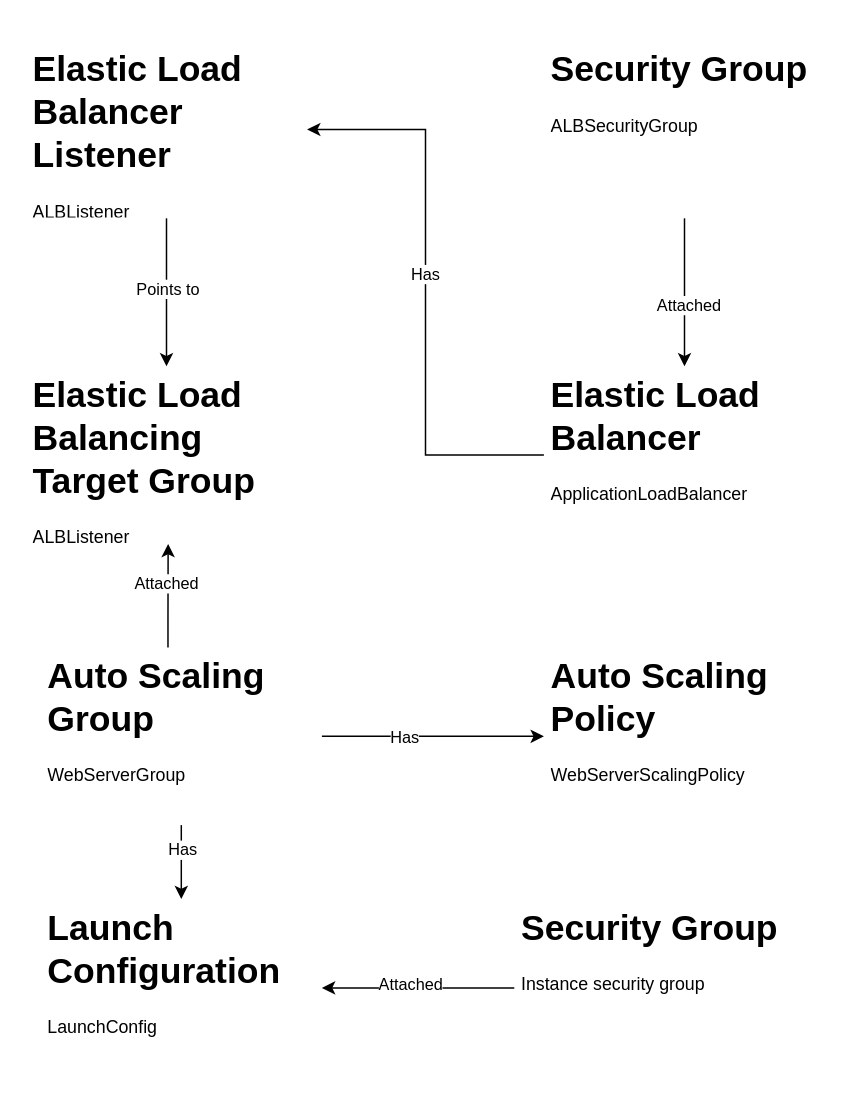
Before: page "Webserver Cloudformation" (5 of 6) of awesomebuilderIII .drawio in sebastianlzy/draw-io, a draw.io diagram. Source tidied: cells renumbered, new cells numbered last; positions are measured from the earlier drawing's top-left corner, leaving out a move shared by most shapes. Both pictures are drawn from the tidied source at 148%, with x=0, y=0 at pixel (25, 40).
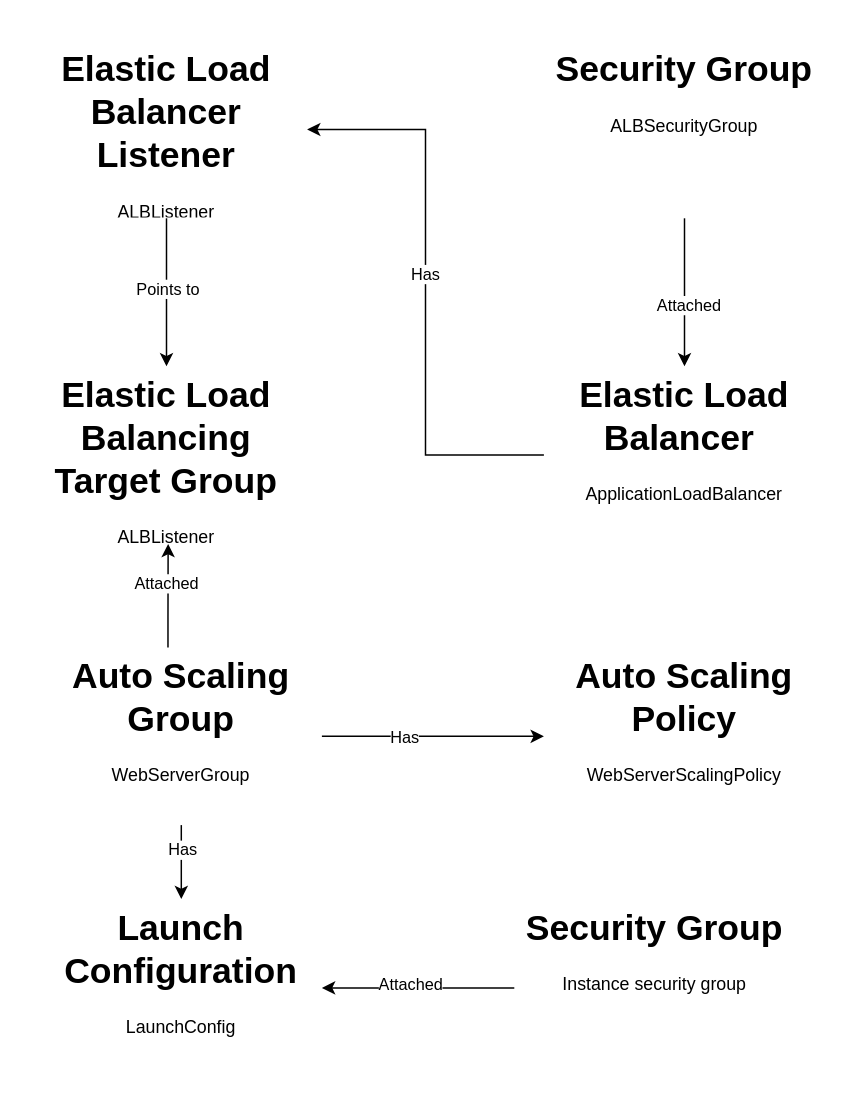
The same page after the edit.

The edit, as a diff of the source:
```diff
@@
-    <mxCell id="2" style="edgeStyle=orthogonalEdgeStyle;rounded=0;jettySize=auto;html=1;entryX=1;entryY=0.5;entryDx=0;entryDy=0;" parent="1" edge="1" source="4" target="14">
+    <mxCell id="2" style="edgeStyle=orthogonalEdgeStyle;rounded=0;jettySize=auto;html=1;entryX=1;entryY=0.5;entryDx=0;entryDy=0;align=center;" parent="1" edge="1" source="4" target="14">
       <mxGeometry relative="1" as="geometry" />
     </mxCell>
@@
-    <mxCell id="4" value="&lt;h1&gt;Elastic Load Balancer&amp;nbsp;&lt;/h1&gt;&lt;div&gt;ApplicationLoadBalancer&lt;/div&gt;" style="text;html=1;strokeColor=none;fillColor=none;spacing=5;spacingTop=-20;whiteSpace=wrap;overflow=hidden;rounded=0;" parent="1" vertex="1">
+    <mxCell id="4" value="&lt;h1&gt;Elastic Load Balancer&amp;nbsp;&lt;/h1&gt;&lt;div&gt;ApplicationLoadBalancer&lt;/div&gt;" style="text;html=1;strokeColor=none;fillColor=none;spacing=5;spacingTop=-20;whiteSpace=wrap;overflow=hidden;rounded=0;align=center;" parent="1" vertex="1">
       <mxGeometry x="350" y="220" width="190" height="120" as="geometry" />
     </mxCell>
-    <mxCell id="5" style="edgeStyle=orthogonalEdgeStyle;rounded=0;orthogonalLoop=1;jettySize=auto;html=1;entryX=0.553;entryY=1;entryDx=0;entryDy=0;entryPerimeter=0;" parent="1" edge="1">
+    <mxCell id="5" style="edgeStyle=orthogonalEdgeStyle;rounded=0;orthogonalLoop=1;jettySize=auto;html=1;entryX=0.553;entryY=1;entryDx=0;entryDy=0;entryPerimeter=0;align=center;" parent="1" edge="1">
       <mxGeometry relative="1" as="geometry">
         <mxPoint x="96" y="410" as="sourcePoint" />
         <mxPoint x="96.1" y="340" as="targetPoint" />
         <Array as="points">
           <mxPoint x="96" y="390" />
           <mxPoint x="96" y="390" />
         </Array>
       </mxGeometry>
     </mxCell>
@@
-    <mxCell id="7" style="edgeStyle=orthogonalEdgeStyle;rounded=0;jettySize=auto;html=1;entryX=0.5;entryY=0;entryDx=0;entryDy=0;" parent="1" edge="1" source="11" target="16">
+    <mxCell id="7" style="edgeStyle=orthogonalEdgeStyle;rounded=0;jettySize=auto;html=1;entryX=0.5;entryY=0;entryDx=0;entryDy=0;align=center;" parent="1" edge="1" source="11" target="16">
       <mxGeometry relative="1" as="geometry" />
     </mxCell>
@@
-    <mxCell id="9" style="edgeStyle=orthogonalEdgeStyle;rounded=0;jettySize=auto;html=1;entryX=0;entryY=0.5;entryDx=0;entryDy=0;" parent="1" edge="1" source="11" target="15">
+    <mxCell id="9" style="edgeStyle=orthogonalEdgeStyle;rounded=0;jettySize=auto;html=1;entryX=0;entryY=0.5;entryDx=0;entryDy=0;align=center;" parent="1" edge="1" source="11" target="15">
       <mxGeometry relative="1" as="geometry" />
     </mxCell>
@@
-    <mxCell id="11" value="&lt;h1&gt;Auto Scaling Group&lt;/h1&gt;&lt;div&gt;WebServerGroup&lt;/div&gt;" style="text;html=1;strokeColor=none;fillColor=none;spacing=5;spacingTop=-20;whiteSpace=wrap;overflow=hidden;rounded=0;" parent="1" vertex="1">
+    <mxCell id="11" value="&lt;h1&gt;Auto Scaling Group&lt;/h1&gt;&lt;div&gt;WebServerGroup&lt;/div&gt;" style="text;html=1;strokeColor=none;fillColor=none;spacing=5;spacingTop=-20;whiteSpace=wrap;overflow=hidden;rounded=0;align=center;" parent="1" vertex="1">
       <mxGeometry x="10" y="410" width="190" height="120" as="geometry" />
     </mxCell>
-    <mxCell id="12" style="edgeStyle=orthogonalEdgeStyle;rounded=0;jettySize=auto;html=1;entryX=0.5;entryY=0;entryDx=0;entryDy=0;" parent="1" edge="1" source="14" target="23">
+    <mxCell id="12" style="edgeStyle=orthogonalEdgeStyle;rounded=0;jettySize=auto;html=1;entryX=0.5;entryY=0;entryDx=0;entryDy=0;align=center;" parent="1" edge="1" source="14" target="23">
       <mxGeometry relative="1" as="geometry" />
     </mxCell>
@@
-    <mxCell id="14" value="&lt;h1&gt;Elastic Load Balancer Listener&lt;/h1&gt;&lt;div&gt;ALBListener&lt;/div&gt;" style="text;html=1;strokeColor=none;fillColor=none;spacing=5;spacingTop=-20;whiteSpace=wrap;overflow=hidden;rounded=0;" parent="1" vertex="1">
+    <mxCell id="14" value="&lt;h1&gt;Elastic Load Balancer Listener&lt;/h1&gt;&lt;div&gt;ALBListener&lt;/div&gt;" style="text;html=1;strokeColor=none;fillColor=none;spacing=5;spacingTop=-20;whiteSpace=wrap;overflow=hidden;rounded=0;align=center;" parent="1" vertex="1">
       <mxGeometry width="190" height="120" as="geometry" />
     </mxCell>
-    <mxCell id="15" value="&lt;h1&gt;Auto Scaling Policy&lt;/h1&gt;&lt;div&gt;WebServerScalingPolicy&lt;/div&gt;" style="text;html=1;strokeColor=none;fillColor=none;spacing=5;spacingTop=-20;whiteSpace=wrap;overflow=hidden;rounded=0;" parent="1" vertex="1">
+    <mxCell id="15" value="&lt;h1&gt;Auto Scaling Policy&lt;/h1&gt;&lt;div&gt;WebServerScalingPolicy&lt;/div&gt;" style="text;html=1;strokeColor=none;fillColor=none;spacing=5;spacingTop=-20;whiteSpace=wrap;overflow=hidden;rounded=0;align=center;" parent="1" vertex="1">
       <mxGeometry x="350" y="410" width="190" height="120" as="geometry" />
     </mxCell>
-    <mxCell id="16" value="&lt;h1&gt;Launch Configuration&lt;/h1&gt;&lt;div&gt;LaunchConfig&lt;/div&gt;" style="text;html=1;strokeColor=none;fillColor=none;spacing=5;spacingTop=-20;whiteSpace=wrap;overflow=hidden;rounded=0;" parent="1" vertex="1">
+    <mxCell id="16" value="&lt;h1&gt;Launch Configuration&lt;/h1&gt;&lt;div&gt;LaunchConfig&lt;/div&gt;" style="text;html=1;strokeColor=none;fillColor=none;spacing=5;spacingTop=-20;whiteSpace=wrap;overflow=hidden;rounded=0;align=center;" parent="1" vertex="1">
       <mxGeometry x="10" y="580" width="190" height="120" as="geometry" />
     </mxCell>
-    <mxCell id="17" style="edgeStyle=orthogonalEdgeStyle;rounded=0;jettySize=auto;html=1;" parent="1" edge="1" source="19" target="16">
+    <mxCell id="17" style="edgeStyle=orthogonalEdgeStyle;rounded=0;jettySize=auto;html=1;align=center;" parent="1" edge="1" source="19" target="16">
       <mxGeometry relative="1" as="geometry" />
     </mxCell>
@@
-    <mxCell id="19" value="&lt;h1&gt;Security Group&lt;/h1&gt;&lt;div&gt;Instance security group&lt;/div&gt;" style="text;html=1;strokeColor=none;fillColor=none;spacing=5;spacingTop=-20;whiteSpace=wrap;overflow=hidden;rounded=0;" parent="1" vertex="1">
+    <mxCell id="19" value="&lt;h1&gt;Security Group&lt;/h1&gt;&lt;div&gt;Instance security group&lt;/div&gt;" style="text;html=1;strokeColor=none;fillColor=none;spacing=5;spacingTop=-20;whiteSpace=wrap;overflow=hidden;rounded=0;align=center;" parent="1" vertex="1">
       <mxGeometry x="330" y="580" width="190" height="120" as="geometry" />
     </mxCell>
-    <mxCell id="20" style="edgeStyle=orthogonalEdgeStyle;rounded=0;jettySize=auto;html=1;" parent="1" edge="1" source="22" target="4">
+    <mxCell id="20" style="edgeStyle=orthogonalEdgeStyle;rounded=0;jettySize=auto;html=1;align=center;" parent="1" edge="1" source="22" target="4">
       <mxGeometry relative="1" as="geometry" />
     </mxCell>
@@
-    <mxCell id="22" value="&lt;h1&gt;Security Group&lt;/h1&gt;&lt;div&gt;ALBSecurityGroup&lt;/div&gt;" style="text;html=1;strokeColor=none;fillColor=none;spacing=5;spacingTop=-20;whiteSpace=wrap;overflow=hidden;rounded=0;" parent="1" vertex="1">
+    <mxCell id="22" value="&lt;h1&gt;Security Group&lt;/h1&gt;&lt;div&gt;ALBSecurityGroup&lt;/div&gt;" style="text;html=1;strokeColor=none;fillColor=none;spacing=5;spacingTop=-20;whiteSpace=wrap;overflow=hidden;rounded=0;align=center;" parent="1" vertex="1">
       <mxGeometry x="350" width="190" height="120" as="geometry" />
     </mxCell>
-    <mxCell id="23" value="&lt;h1&gt;Elastic Load Balancing Target Group&lt;/h1&gt;&lt;div&gt;ALBListener&lt;/div&gt;" style="text;html=1;strokeColor=none;fillColor=none;spacing=5;spacingTop=-20;whiteSpace=wrap;overflow=hidden;rounded=0;" parent="1" vertex="1">
+    <mxCell id="23" value="&lt;h1&gt;Elastic Load Balancing Target Group&lt;/h1&gt;&lt;div&gt;ALBListener&lt;/div&gt;" style="text;html=1;strokeColor=none;fillColor=none;spacing=5;spacingTop=-20;whiteSpace=wrap;overflow=hidden;rounded=0;align=center;" parent="1" vertex="1">
       <mxGeometry y="220" width="190" height="120" as="geometry" />
     </mxCell>
```
